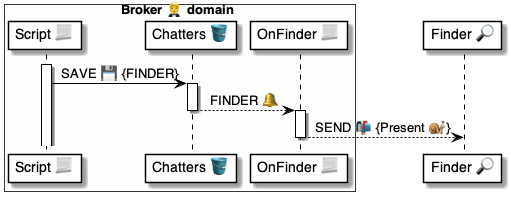
The PlantUML diagram 4 ⚙️ Solution/20 🧑‍🦰 UI/Brokers 🤵/🤵🪣 Broker tables/Chatters 👥 table/🪣🔔 1 Finder/🤵 OnChatterFinder ⚙️ uml.png in pollyweb-org/pollyweb-docs, before a commit. Its source is kept beside it as 4 ⚙️ Solution/20 🧑‍🦰 UI/Brokers 🤵/🤵🪣 Broker tables/Chatters 👥 table/🪣🔔 1 Finder/🤵 OnChatterFinder ⚙️ uml.puml. The source it was exported from:
```plantuml
@startuml OnChatterFinder

box Broker 🤵 domain #FFFFFA
    participant "Script 📃" as script
    participant "Chatters 🪣" as table
    participant "OnFinder 📃" as handler
end box

participant "Finder 🔎" as finder



activate script
    script -> table: SAVE 💾 {FINDER}


activate table
    table --> handler: FINDER 🔔
deactivate table

activate handler
    handler --> finder: SEND 📬 {Present 🐌}
deactivate handler

@enduml
```
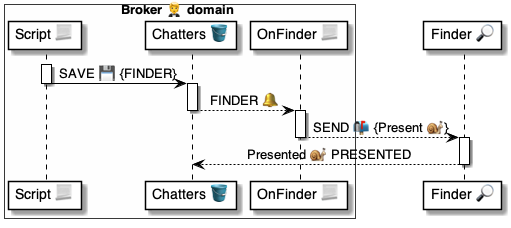
After the change.

Change to the diagram source:
```diff
@@ -12,7 +12,7 @@
 
 activate script
     script -> table: SAVE 💾 {FINDER}
-
+deactivate  script
 
 activate table
     table --> handler: FINDER 🔔
@@ -22,4 +22,8 @@
     handler --> finder: SEND 📬 {Present 🐌}
 deactivate handler
 
+activate finder
+    finder --> table : Presented 🐌 PRESENTED
+deactivate finder
+
 @enduml
```
